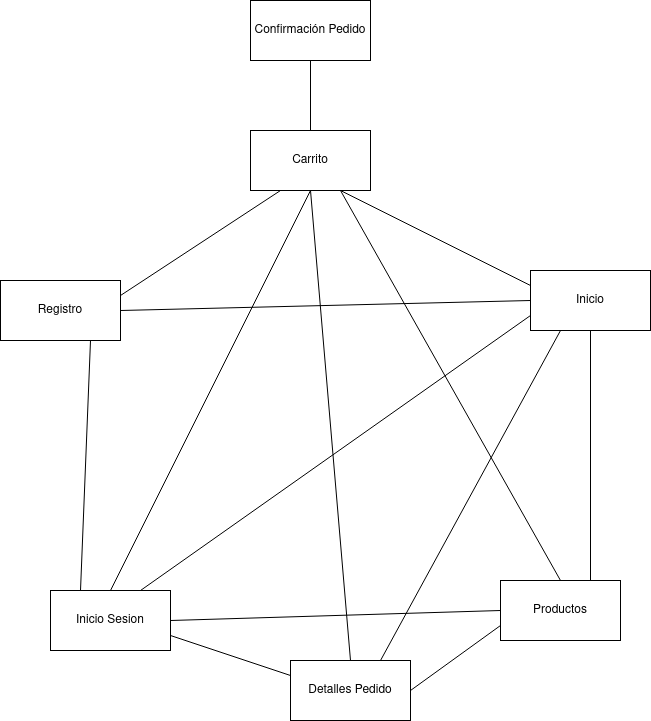
The draw.io diagram mapaNavegacion_MyFitness.png in Ivan1642/proyecto1aEv, before a commit. Source tidied: cells renumbered, new cells last; positions are measured from the earlier drawing's top-left corner, leaving out a move shared by most shapes.
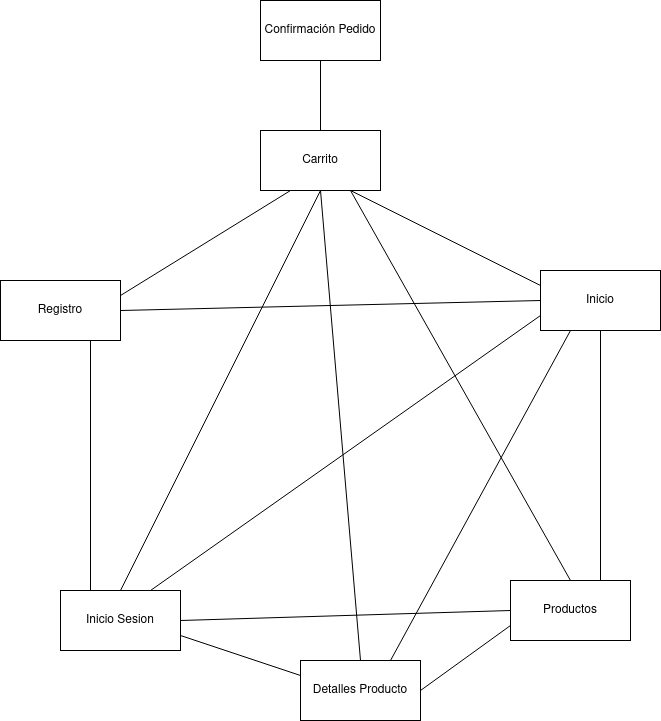
After the change.

Diff of the diagram source:
```diff
@@ -33,7 +33,7 @@
       <mxGeometry relative="1" as="geometry" />
     </mxCell>
     <mxCell id="12" value="Registro" style="rounded=0;whiteSpace=wrap;html=1;" parent="1" vertex="1">
-      <mxGeometry y="280" width="120" height="60" as="geometry" />
+      <mxGeometry x="-10" y="280" width="120" height="60" as="geometry" />
     </mxCell>
     <mxCell id="13" style="endArrow=none;html=1;rounded=0;entryX=0.75;entryY=1;entryDx=0;entryDy=0;exitX=0.25;exitY=0;exitDx=0;exitDy=0;" parent="1" edge="1" source="5" target="12">
       <mxGeometry relative="1" as="geometry" />
@@ -44,7 +44,7 @@
     <mxCell id="15" style="endArrow=none;html=1;rounded=0;entryX=1;entryY=0.25;entryDx=0;entryDy=0;exitX=0.25;exitY=1;exitDx=0;exitDy=0;" parent="1" edge="1" source="2" target="12">
       <mxGeometry relative="1" as="geometry" />
     </mxCell>
-    <mxCell id="16" value="Detalles Pedido" style="rounded=0;whiteSpace=wrap;html=1;" parent="1" vertex="1">
+    <mxCell id="16" value="Detalles Producto" style="rounded=0;whiteSpace=wrap;html=1;" parent="1" vertex="1">
       <mxGeometry x="290" y="660" width="120" height="60" as="geometry" />
     </mxCell>
     <mxCell id="17" style="endArrow=none;html=1;rounded=0;entryX=1;entryY=0.5;entryDx=0;entryDy=0;exitX=0;exitY=0.75;exitDx=0;exitDy=0;" parent="1" edge="1" source="4" target="16">
```
